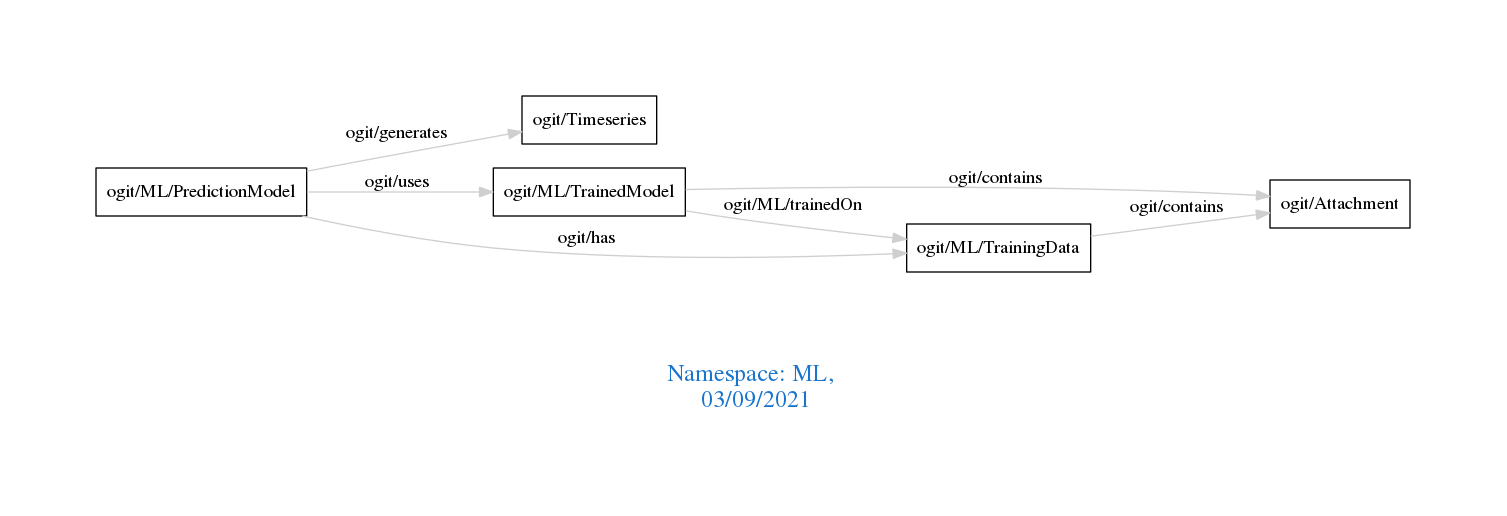
Before: downloads/ML.png, a diagram exported from Graphviz (arago/OGIT). Its source is kept beside it as downloads/ML.dot.
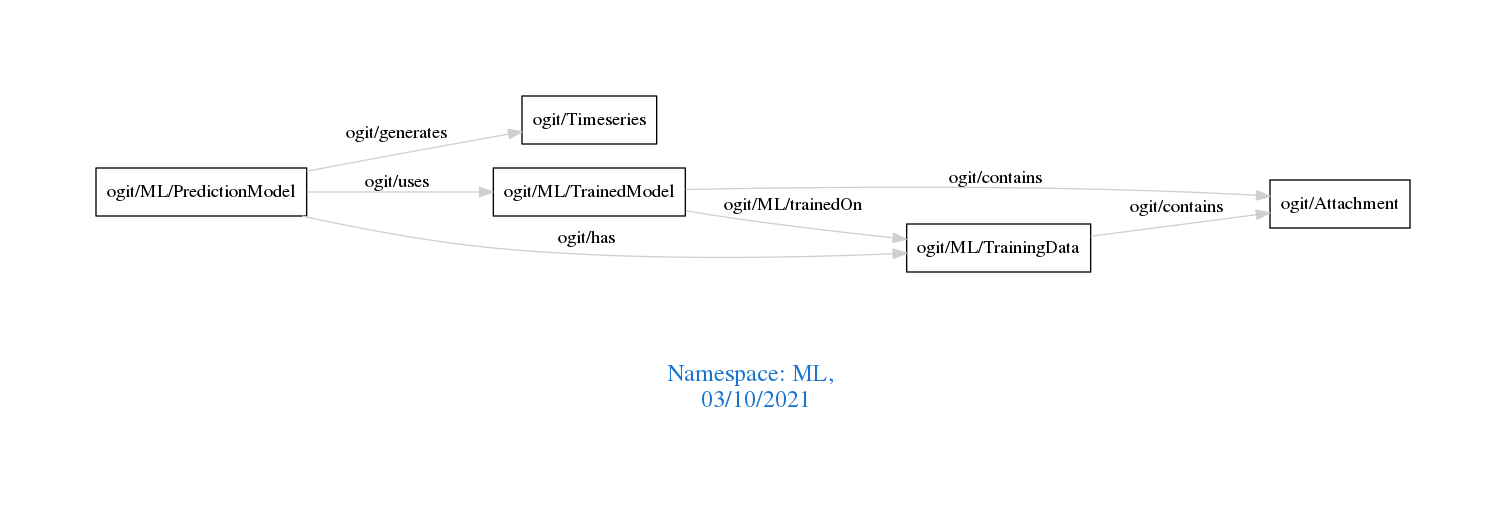
After the change.

The edit, as a diff of the source:
```diff
@@ -1,7 +1,7 @@
 digraph OGIT_ontology {
  graph [ rankdir= LR,pad=1
 fontsize = 18,
-fontcolor= dodgerblue3,label = "\n\n\nNamespace: ML, \n 03/09/2021"];
+fontcolor= dodgerblue3,label = "\n\n\nNamespace: ML, \n 03/10/2021"];
 node[shape=polygon];
 edge [  color="gray81"];
 
```
